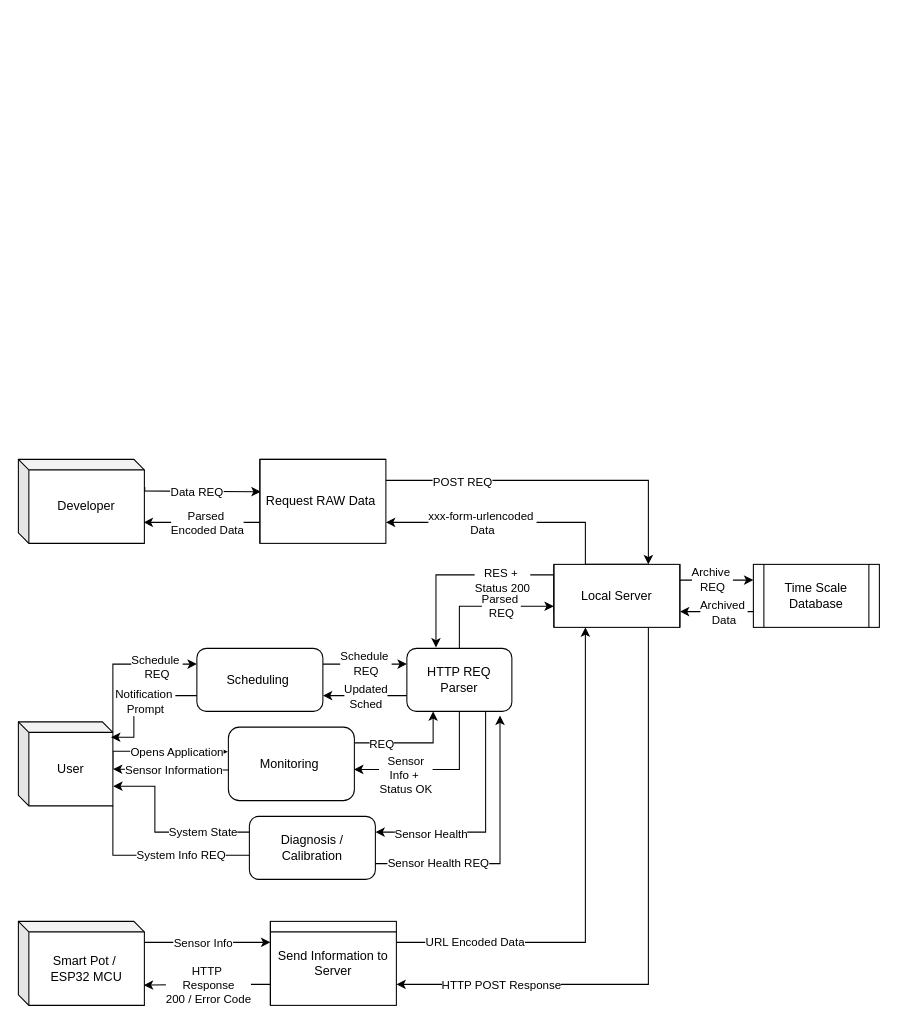
Above: Untitled Diagram.drawio in DhominickJ/aquaterra (draw.io), before the change. Source tidied: cells renumbered, new cells numbered last; positions are measured from the earlier drawing's top-left corner, leaving out a move shared by most shapes. Both pictures are drawn from the tidied source at 105%, with x=0, y=0 at pixel (18, 459).
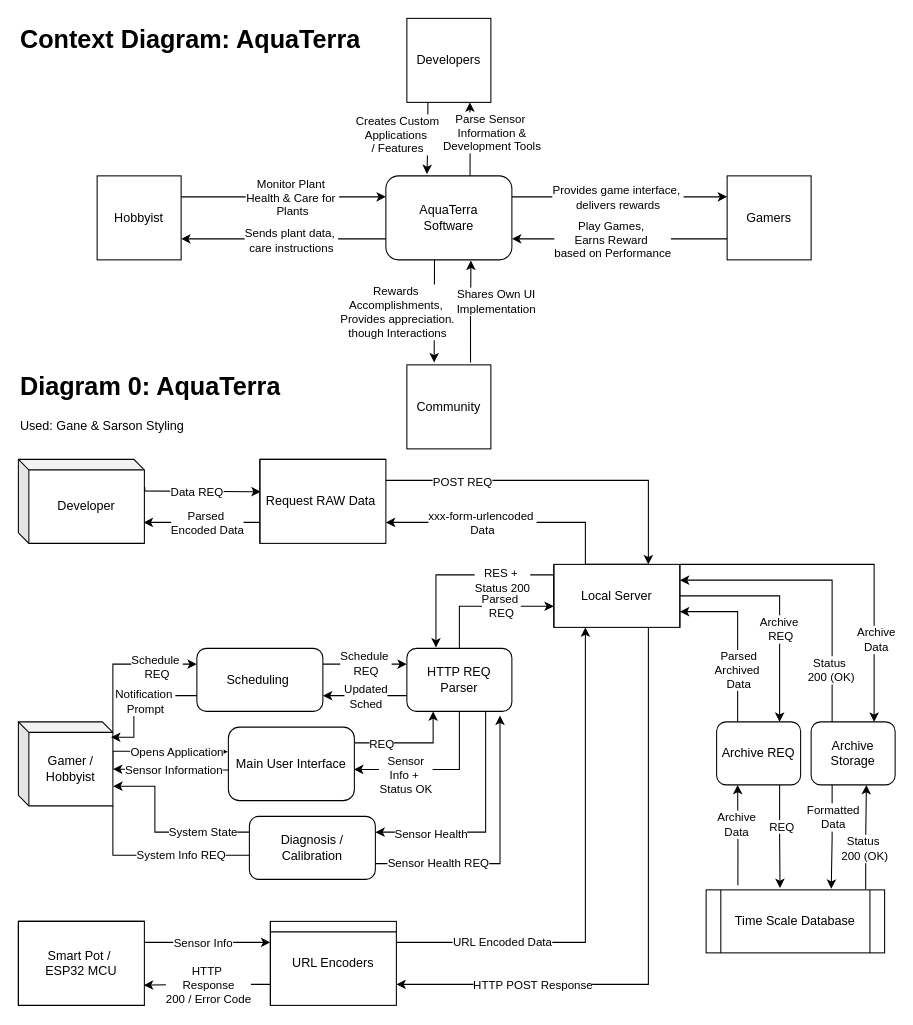
After the change.

Commit message:
Updated Context Diagrams

Unchanged cells that the change refers to:
```xml
<mxCell id="3" style="edgeStyle=orthogonalEdgeStyle;rounded=0;jettySize=auto;html=1;exitX=1;exitY=0.25;exitDx=0;exitDy=0;entryX=0.25;entryY=1;entryDx=0;entryDy=0;" parent="1" edge="1" source="5" target="16">
  <mxGeometry relative="1" as="geometry" />
</mxCell>
<mxCell id="12" style="edgeStyle=orthogonalEdgeStyle;rounded=0;jettySize=auto;html=1;entryX=1;entryY=0.75;entryDx=0;entryDy=0;exitX=0.75;exitY=1;exitDx=0;exitDy=0;" parent="1" edge="1" source="16" target="5">
  <mxGeometry relative="1" as="geometry" />
</mxCell>
<mxCell id="16" value="Local Server" style="shape=process;whiteSpace=wrap;html=1;backgroundOutline=1;size=0;" parent="1" vertex="1">
  <mxGeometry x="510" y="100" width="120" height="60" as="geometry" />
</mxCell>
```

What changed in the source:
```diff
@@
-    <mxCell id="2" value="Smart Pot /&amp;nbsp;&lt;div&gt;ESP32 MCU&lt;/div&gt;" style="shape=cube;whiteSpace=wrap;html=1;boundedLbl=1;backgroundOutline=1;darkOpacity=0.05;darkOpacity2=0.1;size=10;" parent="1" vertex="1">
+    <mxCell id="2" value="Smart Pot /&amp;nbsp;&lt;div&gt;ESP32 MCU&lt;/div&gt;" style="shape=cube;whiteSpace=wrap;html=1;boundedLbl=1;backgroundOutline=1;darkOpacity=0.05;darkOpacity2=0.1;size=0;" parent="1" vertex="1">
       <mxGeometry y="440" width="120" height="80" as="geometry" />
     </mxCell>
@@
     <mxCell id="4" value="URL Encoded Data" style="edgeLabel;html=1;align=center;verticalAlign=middle;" parent="3" vertex="1">
       <mxGeometry x="-0.54" y="1" relative="1" as="geometry">
-        <mxPoint x="-36" as="offset" />
+        <mxPoint x="-10" as="offset" />
       </mxGeometry>
     </mxCell>
-    <mxCell id="5" value="Send Information to Server" style="shape=internalStorage;whiteSpace=wrap;html=1;backgroundOutline=1;dx=0;dy=10;" parent="1" vertex="1">
+    <mxCell id="5" value="URL Encoders" style="shape=internalStorage;whiteSpace=wrap;html=1;backgroundOutline=1;dx=0;dy=10;" parent="1" vertex="1">
       <mxGeometry x="240" y="440" width="120" height="80" as="geometry" />
     </mxCell>
@@
-    <mxCell id="8" style="edgeStyle=orthogonalEdgeStyle;rounded=0;jettySize=auto;html=1;exitX=1;exitY=0.25;exitDx=0;exitDy=0;entryX=0;entryY=0.25;entryDx=0;entryDy=0;" parent="1" edge="1" source="16" target="19">
-      <mxGeometry relative="1" as="geometry" />
-    </mxCell>
-    <mxCell id="9" value="Archive&amp;nbsp;&lt;div&gt;REQ&lt;/div&gt;" style="edgeLabel;html=1;align=center;verticalAlign=middle;" parent="8" vertex="1">
-      <mxGeometry x="-0.23" y="1" relative="1" as="geometry">
-        <mxPoint x="3" as="offset" />
-      </mxGeometry>
-    </mxCell>
@@
     <mxCell id="13" value="HTTP POST Response" style="edgeLabel;html=1;align=center;verticalAlign=middle;" parent="12" vertex="1">
       <mxGeometry x="0.5" y="-1" relative="1" as="geometry">
-        <mxPoint x="-46" y="1" as="offset" />
+        <mxPoint x="-16" y="1" as="offset" />
       </mxGeometry>
     </mxCell>
@@
+    <mxCell id="61" style="edgeStyle=orthogonalEdgeStyle;rounded=0;jettySize=auto;html=1;exitX=1;exitY=0.5;exitDx=0;exitDy=0;entryX=0.75;entryY=0;entryDx=0;entryDy=0;" parent="1" edge="1" source="16" target="73">
+      <mxGeometry relative="1" as="geometry" />
+    </mxCell>
+    <mxCell id="9" value="Archive&amp;nbsp;&lt;div&gt;REQ&lt;/div&gt;" style="edgeLabel;html=1;align=center;verticalAlign=middle;" parent="61" vertex="1">
+      <mxGeometry x="0.54" relative="1" as="geometry">
+        <mxPoint y="-40" as="offset" />
+      </mxGeometry>
+    </mxCell>
+    <mxCell id="62" style="edgeStyle=orthogonalEdgeStyle;rounded=0;jettySize=auto;html=1;exitX=1;exitY=0;exitDx=0;exitDy=0;entryX=0.75;entryY=0;entryDx=0;entryDy=0;" parent="1" edge="1" source="16" target="70">
+      <mxGeometry relative="1" as="geometry">
+        <Array as="points">
+          <mxPoint x="815" y="100" />
+        </Array>
+      </mxGeometry>
+    </mxCell>
+    <mxCell id="63" value="Archive&lt;div&gt;Data&lt;/div&gt;" style="edgeLabel;html=1;align=center;verticalAlign=middle;" parent="62" vertex="1">
+      <mxGeometry x="0.34" y="1" relative="1" as="geometry">
+        <mxPoint y="32" as="offset" />
+      </mxGeometry>
+    </mxCell>
@@
-    <mxCell id="17" style="edgeStyle=orthogonalEdgeStyle;rounded=0;jettySize=auto;html=1;exitX=0;exitY=0.75;exitDx=0;exitDy=0;entryX=1;entryY=0.75;entryDx=0;entryDy=0;" parent="1" edge="1" source="19" target="16">
+    <mxCell id="17" style="edgeStyle=orthogonalEdgeStyle;rounded=0;jettySize=auto;html=1;exitX=0.25;exitY=0;exitDx=0;exitDy=0;entryX=1;entryY=0.75;entryDx=0;entryDy=0;" parent="1" edge="1" source="73" target="16">
       <mxGeometry relative="1" as="geometry" />
     </mxCell>
-    <mxCell id="18" value="Archived&amp;nbsp;&lt;div&gt;Data&lt;/div&gt;" style="edgeLabel;html=1;align=center;verticalAlign=middle;" parent="17" vertex="1">
+    <mxCell id="18" value="&lt;div&gt;Parsed&lt;br&gt;&lt;/div&gt;&lt;div&gt;Archived&amp;nbsp;&lt;div&gt;Data&lt;/div&gt;&lt;/div&gt;" style="edgeLabel;html=1;align=center;verticalAlign=middle;" parent="17" vertex="1">
       <mxGeometry x="0.26" relative="1" as="geometry">
-        <mxPoint x="15" as="offset" />
+        <mxPoint y="51" as="offset" />
       </mxGeometry>
     </mxCell>
+    <mxCell id="64" style="edgeStyle=orthogonalEdgeStyle;rounded=0;jettySize=auto;html=1;exitX=0.894;exitY=-0.009;exitDx=0;exitDy=0;entryX=0.658;entryY=1.001;entryDx=0;entryDy=0;exitPerimeter=0;entryPerimeter=0;" parent="1" edge="1" source="19" target="70">
+      <mxGeometry relative="1" as="geometry" />
+    </mxCell>
+    <mxCell id="65" value="Status&amp;nbsp;&lt;div&gt;200 (OK)&lt;/div&gt;" style="edgeLabel;html=1;align=center;verticalAlign=middle;" parent="64" vertex="1">
+      <mxGeometry x="-0.52" y="1" relative="1" as="geometry">
+        <mxPoint y="-15" as="offset" />
+      </mxGeometry>
+    </mxCell>
     <mxCell id="19" value="Time Scale Database" style="shape=process;whiteSpace=wrap;html=1;backgroundOutline=1;size=0.08333333333333333;" parent="1" vertex="1">
-      <mxGeometry x="700" y="100" width="120" height="60" as="geometry" />
+      <mxGeometry x="655" y="410" width="170" height="60" as="geometry" />
     </mxCell>
@@
-    <mxCell id="36" value="User" style="shape=cube;whiteSpace=wrap;html=1;boundedLbl=1;backgroundOutline=1;darkOpacity=0.05;darkOpacity2=0.1;size=10;" parent="1" vertex="1">
+    <mxCell id="36" value="Gamer /&lt;br&gt;Hobbyist" style="shape=cube;whiteSpace=wrap;html=1;boundedLbl=1;backgroundOutline=1;darkOpacity=0.05;darkOpacity2=0.1;size=10;" parent="1" vertex="1">
       <mxGeometry y="250" width="90" height="80" as="geometry" />
     </mxCell>
@@
-    <mxCell id="42" value="Monitoring&amp;nbsp;" style="rounded=1;whiteSpace=wrap;html=1;" parent="1" vertex="1">
+    <mxCell id="42" value="Main User Interface" style="rounded=1;whiteSpace=wrap;html=1;" parent="1" vertex="1">
       <mxGeometry x="200" y="255" width="120" height="70" as="geometry" />
     </mxCell>
@@
+    <mxCell id="66" value="&lt;h1 style=&quot;margin-top: 0px;&quot;&gt;Diagram 0: AquaTerra&lt;/h1&gt;&lt;p&gt;Used: Gane &amp;amp; Sarson Styling&lt;/p&gt;" style="text;html=1;whiteSpace=wrap;overflow=hidden;rounded=0;" parent="1" vertex="1">
+      <mxGeometry y="-90" width="270" height="120" as="geometry" />
+    </mxCell>
+    <mxCell id="67" value="&lt;h1 style=&quot;margin-top: 0px;&quot;&gt;Context Diagram: AquaTerra&lt;/h1&gt;" style="text;html=1;whiteSpace=wrap;overflow=hidden;rounded=0;" parent="1" vertex="1">
+      <mxGeometry y="-420" width="335" height="120" as="geometry" />
+    </mxCell>
+    <mxCell id="68" style="edgeStyle=orthogonalEdgeStyle;rounded=0;jettySize=auto;html=1;exitX=0.25;exitY=0;exitDx=0;exitDy=0;entryX=1;entryY=0.25;entryDx=0;entryDy=0;" parent="1" edge="1" source="70" target="16">
+      <mxGeometry relative="1" as="geometry" />
+    </mxCell>
+    <mxCell id="69" value="Status&amp;nbsp;&lt;div&gt;200 (OK)&lt;/div&gt;" style="edgeLabel;html=1;align=center;verticalAlign=middle;" parent="68" vertex="1">
+      <mxGeometry x="-0.39" y="2" relative="1" as="geometry">
+        <mxPoint y="35" as="offset" />
+      </mxGeometry>
+    </mxCell>
+    <mxCell id="70" value="Archive Storage" style="rounded=1;whiteSpace=wrap;html=1;" parent="1" vertex="1">
+      <mxGeometry x="755" y="250" width="80" height="60" as="geometry" />
+    </mxCell>
+    <mxCell id="71" style="edgeStyle=orthogonalEdgeStyle;rounded=0;jettySize=auto;html=1;exitX=0.178;exitY=-0.075;exitDx=0;exitDy=0;exitPerimeter=0;entryX=0.25;entryY=1;entryDx=0;entryDy=0;" parent="1" edge="1" source="19" target="73">
+      <mxGeometry relative="1" as="geometry" />
+    </mxCell>
+    <mxCell id="72" value="Archive&lt;div&gt;Data&lt;/div&gt;" style="edgeLabel;html=1;align=center;verticalAlign=middle;" parent="71" vertex="1">
+      <mxGeometry x="0.21" y="2" relative="1" as="geometry" />
+    </mxCell>
+    <mxCell id="73" value="Archive REQ" style="rounded=1;whiteSpace=wrap;html=1;" parent="1" vertex="1">
+      <mxGeometry x="665" y="250" width="80" height="60" as="geometry" />
+    </mxCell>
+    <mxCell id="74" style="edgeStyle=orthogonalEdgeStyle;rounded=0;jettySize=auto;html=1;exitX=0.75;exitY=1;exitDx=0;exitDy=0;entryX=0.414;entryY=-0.028;entryDx=0;entryDy=0;entryPerimeter=0;" parent="1" edge="1" source="73" target="19">
+      <mxGeometry relative="1" as="geometry" />
+    </mxCell>
+    <mxCell id="75" value="REQ" style="edgeLabel;html=1;align=center;verticalAlign=middle;" parent="74" vertex="1">
+      <mxGeometry x="-0.2" y="1" relative="1" as="geometry" />
+    </mxCell>
+    <mxCell id="76" style="edgeStyle=orthogonalEdgeStyle;rounded=0;jettySize=auto;html=1;exitX=0.25;exitY=1;exitDx=0;exitDy=0;entryX=0.701;entryY=-0.017;entryDx=0;entryDy=0;entryPerimeter=0;" parent="1" edge="1" source="70" target="19">
+      <mxGeometry relative="1" as="geometry" />
+    </mxCell>
+    <mxCell id="77" value="Formatted&lt;br&gt;Data" style="edgeLabel;html=1;align=center;verticalAlign=middle;" parent="76" vertex="1">
+      <mxGeometry x="-0.06" relative="1" as="geometry">
+        <mxPoint y="-17" as="offset" />
+      </mxGeometry>
+    </mxCell>
+    <mxCell id="78" value="Hobbyist" style="whiteSpace=wrap;html=1;" parent="1" vertex="1">
+      <mxGeometry x="75" y="-270" width="80" height="80" as="geometry" />
+    </mxCell>
+    <mxCell id="79" style="edgeStyle=orthogonalEdgeStyle;rounded=0;jettySize=auto;html=1;exitX=0;exitY=0.75;exitDx=0;exitDy=0;entryX=1;entryY=0.75;entryDx=0;entryDy=0;" parent="1" edge="1" source="85" target="78">
+      <mxGeometry relative="1" as="geometry" />
+    </mxCell>
+    <mxCell id="80" value="Sends plant data,&amp;nbsp;&lt;div&gt;care instructions&lt;/div&gt;" style="edgeLabel;html=1;align=center;verticalAlign=middle;" parent="79" vertex="1">
+      <mxGeometry x="0.24" y="1" relative="1" as="geometry">
+        <mxPoint x="30" as="offset" />
+      </mxGeometry>
+    </mxCell>
+    <mxCell id="81" style="edgeStyle=orthogonalEdgeStyle;rounded=0;jettySize=auto;html=1;exitX=1;exitY=0.25;exitDx=0;exitDy=0;entryX=0;entryY=0.25;entryDx=0;entryDy=0;" parent="1" edge="1" source="85" target="89">
+      <mxGeometry relative="1" as="geometry" />
+    </mxCell>
+    <mxCell id="82" value="Provides game interface,&amp;nbsp;&lt;div&gt;delivers rewards&lt;/div&gt;" style="edgeLabel;html=1;align=center;verticalAlign=middle;" parent="81" vertex="1">
+      <mxGeometry x="-0.12" relative="1" as="geometry">
+        <mxPoint x="10" as="offset" />
+      </mxGeometry>
+    </mxCell>
+    <mxCell id="83" style="edgeStyle=orthogonalEdgeStyle;rounded=0;jettySize=auto;html=1;entryX=0.75;entryY=1;entryDx=0;entryDy=0;exitX=0.668;exitY=0.021;exitDx=0;exitDy=0;exitPerimeter=0;" parent="1" edge="1" source="85" target="86">
+      <mxGeometry relative="1" as="geometry" />
+    </mxCell>
+    <mxCell id="84" value="Parse Sensor&amp;nbsp;&lt;div&gt;Information &amp;amp;&lt;div&gt;Development Tools&lt;/div&gt;&lt;/div&gt;" style="edgeLabel;html=1;align=center;verticalAlign=middle;" parent="83" vertex="1">
+      <mxGeometry x="0.21" y="-2" relative="1" as="geometry">
+        <mxPoint x="18" as="offset" />
+      </mxGeometry>
+    </mxCell>
+    <mxCell id="85" value="AquaTerra&lt;br&gt;Software" style="rounded=1;whiteSpace=wrap;html=1;" parent="1" vertex="1">
+      <mxGeometry x="350" y="-270" width="120" height="80" as="geometry" />
+    </mxCell>
+    <mxCell id="86" value="Developers" style="whiteSpace=wrap;html=1;" parent="1" vertex="1">
+      <mxGeometry x="370" y="-420" width="80" height="80" as="geometry" />
+    </mxCell>
+    <mxCell id="87" style="edgeStyle=orthogonalEdgeStyle;rounded=0;jettySize=auto;html=1;exitX=0;exitY=0.75;exitDx=0;exitDy=0;entryX=1;entryY=0.75;entryDx=0;entryDy=0;" parent="1" edge="1" source="89" target="85">
+      <mxGeometry relative="1" as="geometry" />
+    </mxCell>
+    <mxCell id="88" value="Play Games,&amp;nbsp;&lt;div&gt;Earns Reward&amp;nbsp;&lt;/div&gt;&lt;div&gt;based on Performance&lt;/div&gt;" style="edgeLabel;html=1;align=center;verticalAlign=middle;" parent="87" vertex="1">
+      <mxGeometry x="0.48" relative="1" as="geometry">
+        <mxPoint x="42" as="offset" />
+      </mxGeometry>
+    </mxCell>
+    <mxCell id="89" value="Gamers" style="whiteSpace=wrap;html=1;" parent="1" vertex="1">
+      <mxGeometry x="675" y="-270" width="80" height="80" as="geometry" />
+    </mxCell>
+    <mxCell id="90" value="Community" style="whiteSpace=wrap;html=1;" parent="1" vertex="1">
+      <mxGeometry x="370" y="-90" width="80" height="80" as="geometry" />
+    </mxCell>
+    <mxCell id="91" style="edgeStyle=orthogonalEdgeStyle;rounded=0;jettySize=auto;html=1;exitX=1;exitY=0.25;exitDx=0;exitDy=0;entryX=0;entryY=0.25;entryDx=0;entryDy=0;" parent="1" edge="1" source="78" target="85">
+      <mxGeometry relative="1" as="geometry">
+        <Array as="points">
+          <mxPoint x="155" y="-250" />
+          <mxPoint x="155" y="-250" />
+        </Array>
+      </mxGeometry>
+    </mxCell>
+    <mxCell id="92" value="Monitor Plant&amp;nbsp;&lt;br&gt;Health &amp;amp; Care for&amp;nbsp;&lt;div&gt;Plants&lt;/div&gt;" style="edgeLabel;html=1;align=center;verticalAlign=middle;" parent="91" vertex="1">
+      <mxGeometry x="-0.53" relative="1" as="geometry">
+        <mxPoint x="59" as="offset" />
+      </mxGeometry>
+    </mxCell>
+    <mxCell id="93" style="edgeStyle=orthogonalEdgeStyle;rounded=0;jettySize=auto;html=1;exitX=0.25;exitY=1;exitDx=0;exitDy=0;entryX=0.326;entryY=-0.021;entryDx=0;entryDy=0;entryPerimeter=0;" parent="1" edge="1" source="86" target="85">
+      <mxGeometry relative="1" as="geometry" />
+    </mxCell>
+    <mxCell id="94" value="Creates Custom&lt;div&gt;Applications&amp;nbsp;&lt;/div&gt;&lt;div&gt;/ Features&lt;/div&gt;" style="edgeLabel;html=1;align=center;verticalAlign=middle;" parent="93" vertex="1">
+      <mxGeometry x="-0.13" y="-1" relative="1" as="geometry">
+        <mxPoint x="-29" as="offset" />
+      </mxGeometry>
+    </mxCell>
+    <mxCell id="95" style="edgeStyle=orthogonalEdgeStyle;rounded=0;jettySize=auto;html=1;exitX=0.386;exitY=1.013;exitDx=0;exitDy=0;exitPerimeter=0;entryX=0.325;entryY=-0.029;entryDx=0;entryDy=0;entryPerimeter=0;" parent="1" edge="1" source="85" target="90">
+      <mxGeometry relative="1" as="geometry">
+        <Array as="points">
+          <mxPoint x="396" y="-190" />
+          <mxPoint x="396" y="-150" />
+        </Array>
+      </mxGeometry>
+    </mxCell>
+    <mxCell id="96" value="Rewards&amp;nbsp;&lt;div&gt;Accomplishments,&amp;nbsp;&lt;br&gt;Provides appreciation.&lt;/div&gt;&lt;div&gt;though Interactions&lt;/div&gt;" style="edgeLabel;html=1;align=center;verticalAlign=middle;" parent="95" vertex="1">
+      <mxGeometry x="-0.4" y="2" relative="1" as="geometry">
+        <mxPoint x="-38" y="21" as="offset" />
+      </mxGeometry>
+    </mxCell>
+    <mxCell id="97" style="edgeStyle=orthogonalEdgeStyle;rounded=0;jettySize=auto;html=1;exitX=0.758;exitY=-0.027;exitDx=0;exitDy=0;entryX=0.675;entryY=1.008;entryDx=0;entryDy=0;entryPerimeter=0;exitPerimeter=0;" parent="1" edge="1" source="90" target="85">
+      <mxGeometry relative="1" as="geometry">
+        <Array as="points">
+          <mxPoint x="431" y="-130" />
+          <mxPoint x="431" y="-130" />
+        </Array>
+      </mxGeometry>
+    </mxCell>
+    <mxCell id="98" value="Shares Own UI&lt;br&gt;Implementation" style="edgeLabel;html=1;align=center;verticalAlign=middle;" parent="97" vertex="1">
+      <mxGeometry x="0.2" y="-2" relative="1" as="geometry">
+        <mxPoint x="22" as="offset" />
+      </mxGeometry>
+    </mxCell>
```
